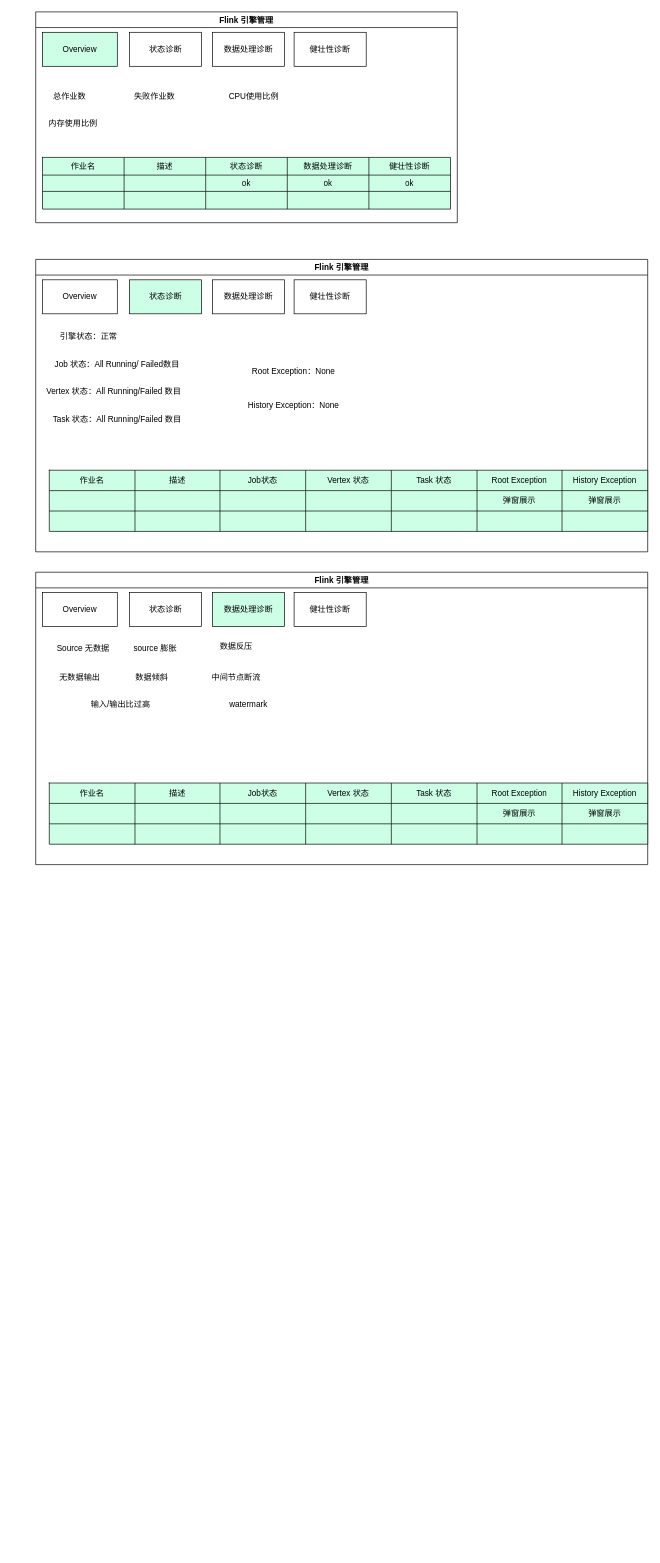
Above: Untitled Diagram.drawio in zjpnju/ddia (draw.io), before the change. Source tidied: cells renumbered, new cells numbered last; positions are measured from the earlier drawing's top-left corner, leaving out a move shared by most shapes. Both pictures are drawn from the tidied source at 68%, with x=0, y=0 at pixel (12, 12).
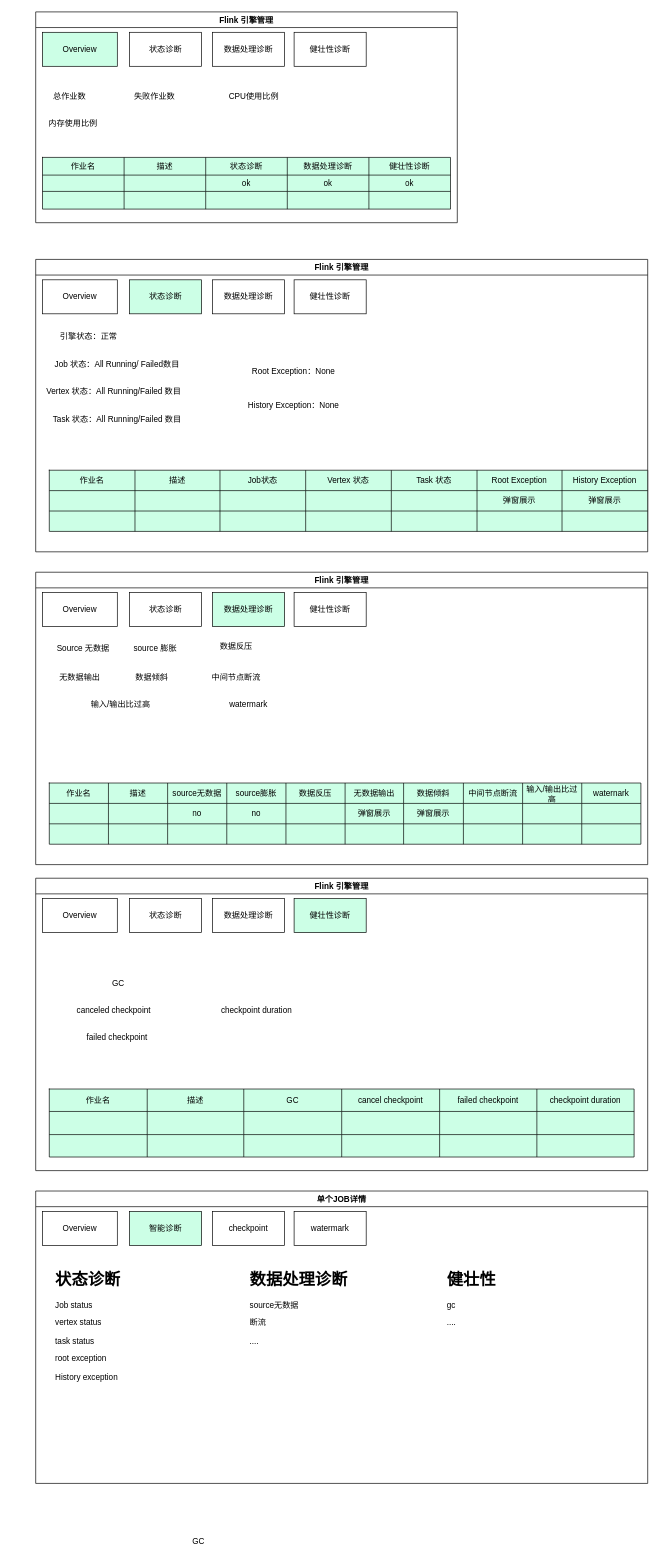
Above is the later version.

Unchanged cells that the change refers to:
```xml
<mxCell id="68" value="Flink 引擎管理" style="swimlane;" parent="1" vertex="1">
  <mxGeometry x="35" y="824" width="900" height="430" as="geometry" />
</mxCell>
```

The edit, as a diff of the source:
```diff
@@
     <mxCell id="76" style="shape=table;html=1;whiteSpace=wrap;startSize=0;childLayout=tableLayout;fillColor=#CCFFE6;" parent="68" vertex="1">
-      <mxGeometry x="20" y="310" width="880" height="90" as="geometry" />
+      <mxGeometry x="20" y="310" width="870" height="90" as="geometry" />
     </mxCell>
     <mxCell id="77" style="shape=tableRow;horizontal=0;startSize=0;swimlaneHead=0;swimlaneBody=0;top=0;left=0;bottom=0;right=0;fillColor=none;" parent="76" vertex="1">
-      <mxGeometry width="880" height="30" as="geometry" />
+      <mxGeometry width="870" height="30" as="geometry" />
     </mxCell>
     <mxCell id="78" value="作业名" style="shape=partialRectangle;html=1;whiteSpace=wrap;fillColor=none;top=0;left=0;bottom=0;right=0;overflow=hidden;" parent="77" vertex="1">
-      <mxGeometry width="126" height="30" as="geometry" />
+      <mxGeometry width="87" height="30" as="geometry" />
     </mxCell>
     <mxCell id="79" value="描述" style="shape=partialRectangle;html=1;whiteSpace=wrap;fillColor=none;top=0;left=0;bottom=0;right=0;overflow=hidden;" parent="77" vertex="1">
-      <mxGeometry x="126" width="125" height="30" as="geometry" />
+      <mxGeometry x="87" width="87" height="30" as="geometry" />
     </mxCell>
-    <mxCell id="80" value="Job状态" style="shape=partialRectangle;html=1;whiteSpace=wrap;fillColor=none;top=0;left=0;bottom=0;right=0;overflow=hidden;" parent="77" vertex="1">
-      <mxGeometry x="251" width="126" height="30" as="geometry" />
+    <mxCell id="80" value="source无数据" style="shape=partialRectangle;html=1;whiteSpace=wrap;fillColor=none;top=0;left=0;bottom=0;right=0;overflow=hidden;" parent="77" vertex="1">
+      <mxGeometry x="174" width="87" height="30" as="geometry" />
     </mxCell>
-    <mxCell id="81" value="Vertex 状态" style="shape=partialRectangle;html=1;whiteSpace=wrap;fillColor=none;top=0;left=0;bottom=0;right=0;overflow=hidden;" parent="77" vertex="1">
-      <mxGeometry x="377" width="126" height="30" as="geometry" />
+    <mxCell id="81" value="source膨胀" style="shape=partialRectangle;html=1;whiteSpace=wrap;fillColor=none;top=0;left=0;bottom=0;right=0;overflow=hidden;" parent="77" vertex="1">
+      <mxGeometry x="261" width="87" height="30" as="geometry" />
     </mxCell>
-    <mxCell id="82" value="Task 状态" style="shape=partialRectangle;html=1;whiteSpace=wrap;fillColor=none;top=0;left=0;bottom=0;right=0;overflow=hidden;" parent="77" vertex="1">
-      <mxGeometry x="503" width="126" height="30" as="geometry" />
+    <mxCell id="82" value="数据反压" style="shape=partialRectangle;html=1;whiteSpace=wrap;fillColor=none;top=0;left=0;bottom=0;right=0;overflow=hidden;" parent="77" vertex="1">
+      <mxGeometry x="348" width="87" height="30" as="geometry" />
     </mxCell>
-    <mxCell id="83" value="Root Exception" style="shape=partialRectangle;html=1;whiteSpace=wrap;fillColor=none;top=0;left=0;bottom=0;right=0;overflow=hidden;" parent="77" vertex="1">
-      <mxGeometry x="629" width="125" height="30" as="geometry" />
+    <mxCell id="83" value="无数据输出" style="shape=partialRectangle;html=1;whiteSpace=wrap;fillColor=none;top=0;left=0;bottom=0;right=0;overflow=hidden;" parent="77" vertex="1">
+      <mxGeometry x="435" width="86" height="30" as="geometry" />
     </mxCell>
-    <mxCell id="84" value="History Exception" style="shape=partialRectangle;html=1;whiteSpace=wrap;fillColor=none;top=0;left=0;bottom=0;right=0;overflow=hidden;" parent="77" vertex="1">
-      <mxGeometry x="754" width="126" height="30" as="geometry" />
+    <mxCell id="84" value="数据倾斜" style="shape=partialRectangle;html=1;whiteSpace=wrap;fillColor=none;top=0;left=0;bottom=0;right=0;overflow=hidden;" parent="77" vertex="1">
+      <mxGeometry x="521" width="88" height="30" as="geometry" />
     </mxCell>
+    <mxCell id="106" value="中间节点断流" style="shape=partialRectangle;html=1;whiteSpace=wrap;fillColor=none;top=0;left=0;bottom=0;right=0;overflow=hidden;" parent="77" vertex="1">
+      <mxGeometry x="609" width="87" height="30" as="geometry" />
+    </mxCell>
+    <mxCell id="107" value="输入/输出比过高" style="shape=partialRectangle;html=1;whiteSpace=wrap;fillColor=none;top=0;left=0;bottom=0;right=0;overflow=hidden;" parent="77" vertex="1">
+      <mxGeometry x="696" width="87" height="30" as="geometry" />
+    </mxCell>
+    <mxCell id="108" value="waternark" style="shape=partialRectangle;html=1;whiteSpace=wrap;fillColor=none;top=0;left=0;bottom=0;right=0;overflow=hidden;" parent="77" vertex="1">
+      <mxGeometry x="783" width="87" height="30" as="geometry" />
+    </mxCell>
     <mxCell id="85" style="shape=tableRow;horizontal=0;startSize=0;swimlaneHead=0;swimlaneBody=0;top=0;left=0;bottom=0;right=0;fillColor=none;" parent="76" vertex="1">
-      <mxGeometry y="30" width="880" height="30" as="geometry" />
+      <mxGeometry y="30" width="870" height="30" as="geometry" />
     </mxCell>
     <mxCell id="86" style="shape=partialRectangle;html=1;whiteSpace=wrap;fillColor=none;top=0;left=0;bottom=0;right=0;overflow=hidden;" parent="85" vertex="1">
-      <mxGeometry width="126" height="30" as="geometry" />
+      <mxGeometry width="87" height="30" as="geometry" />
     </mxCell>
     <mxCell id="87" style="shape=partialRectangle;html=1;whiteSpace=wrap;fillColor=none;top=0;left=0;bottom=0;right=0;overflow=hidden;" parent="85" vertex="1">
-      <mxGeometry x="126" width="125" height="30" as="geometry" />
+      <mxGeometry x="87" width="87" height="30" as="geometry" />
     </mxCell>
-    <mxCell id="88" style="shape=partialRectangle;html=1;whiteSpace=wrap;fillColor=none;top=0;left=0;bottom=0;right=0;overflow=hidden;" parent="85" vertex="1">
-      <mxGeometry x="251" width="126" height="30" as="geometry" />
+    <mxCell id="88" value="no" style="shape=partialRectangle;html=1;whiteSpace=wrap;fillColor=none;top=0;left=0;bottom=0;right=0;overflow=hidden;" parent="85" vertex="1">
+      <mxGeometry x="174" width="87" height="30" as="geometry" />
     </mxCell>
-    <mxCell id="89" style="shape=partialRectangle;html=1;whiteSpace=wrap;fillColor=none;top=0;left=0;bottom=0;right=0;overflow=hidden;" parent="85" vertex="1">
-      <mxGeometry x="377" width="126" height="30" as="geometry" />
+    <mxCell id="89" value="no" style="shape=partialRectangle;html=1;whiteSpace=wrap;fillColor=none;top=0;left=0;bottom=0;right=0;overflow=hidden;" parent="85" vertex="1">
+      <mxGeometry x="261" width="87" height="30" as="geometry" />
     </mxCell>
     <mxCell id="90" style="shape=partialRectangle;html=1;whiteSpace=wrap;fillColor=none;top=0;left=0;bottom=0;right=0;overflow=hidden;" parent="85" vertex="1">
-      <mxGeometry x="503" width="126" height="30" as="geometry" />
+      <mxGeometry x="348" width="87" height="30" as="geometry" />
     </mxCell>
     <mxCell id="91" value="弹窗展示" style="shape=partialRectangle;html=1;whiteSpace=wrap;fillColor=none;top=0;left=0;bottom=0;right=0;overflow=hidden;" parent="85" vertex="1">
-      <mxGeometry x="629" width="125" height="30" as="geometry" />
+      <mxGeometry x="435" width="86" height="30" as="geometry" />
     </mxCell>
     <mxCell id="92" value="弹窗展示" style="shape=partialRectangle;html=1;whiteSpace=wrap;fillColor=none;top=0;left=0;bottom=0;right=0;overflow=hidden;" parent="85" vertex="1">
-      <mxGeometry x="754" width="126" height="30" as="geometry" />
+      <mxGeometry x="521" width="88" height="30" as="geometry" />
     </mxCell>
+    <mxCell id="109" style="shape=partialRectangle;html=1;whiteSpace=wrap;fillColor=none;top=0;left=0;bottom=0;right=0;overflow=hidden;" parent="85" vertex="1">
+      <mxGeometry x="609" width="87" height="30" as="geometry" />
+    </mxCell>
+    <mxCell id="110" style="shape=partialRectangle;html=1;whiteSpace=wrap;fillColor=none;top=0;left=0;bottom=0;right=0;overflow=hidden;" parent="85" vertex="1">
+      <mxGeometry x="696" width="87" height="30" as="geometry" />
+    </mxCell>
+    <mxCell id="111" style="shape=partialRectangle;html=1;whiteSpace=wrap;fillColor=none;top=0;left=0;bottom=0;right=0;overflow=hidden;" parent="85" vertex="1">
+      <mxGeometry x="783" width="87" height="30" as="geometry" />
+    </mxCell>
     <mxCell id="93" style="shape=tableRow;horizontal=0;startSize=0;swimlaneHead=0;swimlaneBody=0;top=0;left=0;bottom=0;right=0;fillColor=none;" parent="76" vertex="1">
-      <mxGeometry y="60" width="880" height="30" as="geometry" />
+      <mxGeometry y="60" width="870" height="30" as="geometry" />
     </mxCell>
     <mxCell id="94" style="shape=partialRectangle;html=1;whiteSpace=wrap;fillColor=none;top=0;left=0;bottom=0;right=0;overflow=hidden;" parent="93" vertex="1">
-      <mxGeometry width="126" height="30" as="geometry" />
+      <mxGeometry width="87" height="30" as="geometry" />
     </mxCell>
     <mxCell id="95" style="shape=partialRectangle;html=1;whiteSpace=wrap;fillColor=none;top=0;left=0;bottom=0;right=0;overflow=hidden;" parent="93" vertex="1">
-      <mxGeometry x="126" width="125" height="30" as="geometry" />
+      <mxGeometry x="87" width="87" height="30" as="geometry" />
     </mxCell>
     <mxCell id="96" style="shape=partialRectangle;html=1;whiteSpace=wrap;fillColor=none;top=0;left=0;bottom=0;right=0;overflow=hidden;" parent="93" vertex="1">
-      <mxGeometry x="251" width="126" height="30" as="geometry" />
+      <mxGeometry x="174" width="87" height="30" as="geometry" />
     </mxCell>
     <mxCell id="97" style="shape=partialRectangle;html=1;whiteSpace=wrap;fillColor=none;top=0;left=0;bottom=0;right=0;overflow=hidden;" parent="93" vertex="1">
-      <mxGeometry x="377" width="126" height="30" as="geometry" />
+      <mxGeometry x="261" width="87" height="30" as="geometry" />
     </mxCell>
     <mxCell id="98" style="shape=partialRectangle;html=1;whiteSpace=wrap;fillColor=none;top=0;left=0;bottom=0;right=0;overflow=hidden;" parent="93" vertex="1">
-      <mxGeometry x="503" width="126" height="30" as="geometry" />
+      <mxGeometry x="348" width="87" height="30" as="geometry" />
     </mxCell>
     <mxCell id="99" style="shape=partialRectangle;html=1;whiteSpace=wrap;fillColor=none;top=0;left=0;bottom=0;right=0;overflow=hidden;" parent="93" vertex="1">
-      <mxGeometry x="629" width="125" height="30" as="geometry" />
+      <mxGeometry x="435" width="86" height="30" as="geometry" />
     </mxCell>
     <mxCell id="100" style="shape=partialRectangle;html=1;whiteSpace=wrap;fillColor=none;top=0;left=0;bottom=0;right=0;overflow=hidden;" parent="93" vertex="1">
-      <mxGeometry x="754" width="126" height="30" as="geometry" />
+      <mxGeometry x="521" width="88" height="30" as="geometry" />
     </mxCell>
+    <mxCell id="112" style="shape=partialRectangle;html=1;whiteSpace=wrap;fillColor=none;top=0;left=0;bottom=0;right=0;overflow=hidden;" parent="93" vertex="1">
+      <mxGeometry x="609" width="87" height="30" as="geometry" />
+    </mxCell>
+    <mxCell id="113" style="shape=partialRectangle;html=1;whiteSpace=wrap;fillColor=none;top=0;left=0;bottom=0;right=0;overflow=hidden;" parent="93" vertex="1">
+      <mxGeometry x="696" width="87" height="30" as="geometry" />
+    </mxCell>
+    <mxCell id="114" style="shape=partialRectangle;html=1;whiteSpace=wrap;fillColor=none;top=0;left=0;bottom=0;right=0;overflow=hidden;" parent="93" vertex="1">
+      <mxGeometry x="783" width="87" height="30" as="geometry" />
+    </mxCell>
@@
+    <mxCell id="115" value="Flink 引擎管理" style="swimlane;" parent="1" vertex="1">
+      <mxGeometry x="35" y="1274" width="900" height="430" as="geometry" />
+    </mxCell>
+    <mxCell id="116" value="Overview" style="rounded=0;whiteSpace=wrap;html=1;fillColor=#FFFFFF;" parent="115" vertex="1">
+      <mxGeometry x="10" y="30" width="110" height="50" as="geometry" />
+    </mxCell>
+    <mxCell id="117" value="状态诊断" style="rounded=0;whiteSpace=wrap;html=1;fillColor=#FFFFFF;" parent="115" vertex="1">
+      <mxGeometry x="138" y="30" width="106" height="50" as="geometry" />
+    </mxCell>
+    <mxCell id="118" value="数据处理诊断" style="rounded=0;whiteSpace=wrap;html=1;" parent="115" vertex="1">
+      <mxGeometry x="260" y="30" width="106" height="50" as="geometry" />
+    </mxCell>
+    <mxCell id="119" value="健壮性诊断" style="rounded=0;whiteSpace=wrap;html=1;fillColor=#CCFFE6;" parent="115" vertex="1">
+      <mxGeometry x="380" y="30" width="106" height="50" as="geometry" />
+    </mxCell>
+    <mxCell id="120" value="&amp;nbsp;GC" style="text;html=1;strokeColor=none;fillColor=none;align=center;verticalAlign=middle;whiteSpace=wrap;rounded=0;" parent="115" vertex="1">
+      <mxGeometry x="20" y="140" width="200" height="30" as="geometry" />
+    </mxCell>
+    <mxCell id="121" value="canceled checkpoint" style="text;html=1;strokeColor=none;fillColor=none;align=center;verticalAlign=middle;whiteSpace=wrap;rounded=0;" parent="115" vertex="1">
+      <mxGeometry x="10" y="180" width="210" height="30" as="geometry" />
+    </mxCell>
+    <mxCell id="122" style="shape=table;html=1;whiteSpace=wrap;startSize=0;childLayout=tableLayout;fillColor=#CCFFE6;" parent="115" vertex="1">
+      <mxGeometry x="20" y="310" width="860" height="100" as="geometry" />
+    </mxCell>
+    <mxCell id="123" style="shape=tableRow;horizontal=0;startSize=0;swimlaneHead=0;swimlaneBody=0;top=0;left=0;bottom=0;right=0;fillColor=none;" parent="122" vertex="1">
+      <mxGeometry width="860" height="33" as="geometry" />
+    </mxCell>
+    <mxCell id="124" value="作业名" style="shape=partialRectangle;html=1;whiteSpace=wrap;fillColor=none;top=0;left=0;bottom=0;right=0;overflow=hidden;" parent="123" vertex="1">
+      <mxGeometry width="144" height="33" as="geometry" />
+    </mxCell>
+    <mxCell id="125" value="描述" style="shape=partialRectangle;html=1;whiteSpace=wrap;fillColor=none;top=0;left=0;bottom=0;right=0;overflow=hidden;" parent="123" vertex="1">
+      <mxGeometry x="144" width="142" height="33" as="geometry" />
+    </mxCell>
+    <mxCell id="126" value="GC" style="shape=partialRectangle;html=1;whiteSpace=wrap;fillColor=none;top=0;left=0;bottom=0;right=0;overflow=hidden;" parent="123" vertex="1">
+      <mxGeometry x="286" width="144" height="33" as="geometry" />
+    </mxCell>
+    <mxCell id="127" value="cancel checkpoint" style="shape=partialRectangle;html=1;whiteSpace=wrap;fillColor=none;top=0;left=0;bottom=0;right=0;overflow=hidden;" parent="123" vertex="1">
+      <mxGeometry x="430" width="144" height="33" as="geometry" />
+    </mxCell>
+    <mxCell id="128" value="failed checkpoint" style="shape=partialRectangle;html=1;whiteSpace=wrap;fillColor=none;top=0;left=0;bottom=0;right=0;overflow=hidden;" parent="123" vertex="1">
+      <mxGeometry x="574" width="143" height="33" as="geometry" />
+    </mxCell>
+    <mxCell id="129" value="checkpoint duration" style="shape=partialRectangle;html=1;whiteSpace=wrap;fillColor=none;top=0;left=0;bottom=0;right=0;overflow=hidden;" parent="123" vertex="1">
+      <mxGeometry x="717" width="143" height="33" as="geometry" />
+    </mxCell>
+    <mxCell id="130" style="shape=tableRow;horizontal=0;startSize=0;swimlaneHead=0;swimlaneBody=0;top=0;left=0;bottom=0;right=0;fillColor=none;" parent="122" vertex="1">
+      <mxGeometry y="33" width="860" height="34" as="geometry" />
+    </mxCell>
+    <mxCell id="131" style="shape=partialRectangle;html=1;whiteSpace=wrap;fillColor=none;top=0;left=0;bottom=0;right=0;overflow=hidden;" parent="130" vertex="1">
+      <mxGeometry width="144" height="34" as="geometry" />
+    </mxCell>
+    <mxCell id="132" style="shape=partialRectangle;html=1;whiteSpace=wrap;fillColor=none;top=0;left=0;bottom=0;right=0;overflow=hidden;" parent="130" vertex="1">
+      <mxGeometry x="144" width="142" height="34" as="geometry" />
+    </mxCell>
+    <mxCell id="133" style="shape=partialRectangle;html=1;whiteSpace=wrap;fillColor=none;top=0;left=0;bottom=0;right=0;overflow=hidden;" parent="130" vertex="1">
+      <mxGeometry x="286" width="144" height="34" as="geometry" />
+    </mxCell>
+    <mxCell id="134" style="shape=partialRectangle;html=1;whiteSpace=wrap;fillColor=none;top=0;left=0;bottom=0;right=0;overflow=hidden;" parent="130" vertex="1">
+      <mxGeometry x="430" width="144" height="34" as="geometry" />
+    </mxCell>
+    <mxCell id="135" style="shape=partialRectangle;html=1;whiteSpace=wrap;fillColor=none;top=0;left=0;bottom=0;right=0;overflow=hidden;" parent="130" vertex="1">
+      <mxGeometry x="574" width="143" height="34" as="geometry" />
+    </mxCell>
+    <mxCell id="136" style="shape=partialRectangle;html=1;whiteSpace=wrap;fillColor=none;top=0;left=0;bottom=0;right=0;overflow=hidden;" parent="130" vertex="1">
+      <mxGeometry x="717" width="143" height="34" as="geometry" />
+    </mxCell>
+    <mxCell id="137" style="shape=tableRow;horizontal=0;startSize=0;swimlaneHead=0;swimlaneBody=0;top=0;left=0;bottom=0;right=0;fillColor=none;" parent="122" vertex="1">
+      <mxGeometry y="67" width="860" height="33" as="geometry" />
+    </mxCell>
+    <mxCell id="138" style="shape=partialRectangle;html=1;whiteSpace=wrap;fillColor=none;top=0;left=0;bottom=0;right=0;overflow=hidden;" parent="137" vertex="1">
+      <mxGeometry width="144" height="33" as="geometry" />
+    </mxCell>
+    <mxCell id="139" style="shape=partialRectangle;html=1;whiteSpace=wrap;fillColor=none;top=0;left=0;bottom=0;right=0;overflow=hidden;" parent="137" vertex="1">
+      <mxGeometry x="144" width="142" height="33" as="geometry" />
+    </mxCell>
+    <mxCell id="140" style="shape=partialRectangle;html=1;whiteSpace=wrap;fillColor=none;top=0;left=0;bottom=0;right=0;overflow=hidden;" parent="137" vertex="1">
+      <mxGeometry x="286" width="144" height="33" as="geometry" />
+    </mxCell>
+    <mxCell id="141" style="shape=partialRectangle;html=1;whiteSpace=wrap;fillColor=none;top=0;left=0;bottom=0;right=0;overflow=hidden;" parent="137" vertex="1">
+      <mxGeometry x="430" width="144" height="33" as="geometry" />
+    </mxCell>
+    <mxCell id="142" style="shape=partialRectangle;html=1;whiteSpace=wrap;fillColor=none;top=0;left=0;bottom=0;right=0;overflow=hidden;" parent="137" vertex="1">
+      <mxGeometry x="574" width="143" height="33" as="geometry" />
+    </mxCell>
+    <mxCell id="143" style="shape=partialRectangle;html=1;whiteSpace=wrap;fillColor=none;top=0;left=0;bottom=0;right=0;overflow=hidden;" parent="137" vertex="1">
+      <mxGeometry x="717" width="143" height="33" as="geometry" />
+    </mxCell>
+    <mxCell id="144" value="failed checkpoint" style="text;html=1;strokeColor=none;fillColor=none;align=center;verticalAlign=middle;whiteSpace=wrap;rounded=0;" parent="115" vertex="1">
+      <mxGeometry x="15" y="220" width="210" height="30" as="geometry" />
+    </mxCell>
+    <mxCell id="145" value="checkpoint duration" style="text;html=1;strokeColor=none;fillColor=none;align=center;verticalAlign=middle;whiteSpace=wrap;rounded=0;" parent="115" vertex="1">
+      <mxGeometry x="220" y="180" width="210" height="30" as="geometry" />
+    </mxCell>
+    <mxCell id="146" value="单个JOB详情" style="swimlane;" parent="1" vertex="1">
+      <mxGeometry x="35" y="1734" width="900" height="430" as="geometry" />
+    </mxCell>
+    <mxCell id="147" value="Overview" style="rounded=0;whiteSpace=wrap;html=1;fillColor=#FFFFFF;" parent="146" vertex="1">
+      <mxGeometry x="10" y="30" width="110" height="50" as="geometry" />
+    </mxCell>
+    <mxCell id="148" value="智能诊断" style="rounded=0;whiteSpace=wrap;html=1;fillColor=#CCFFE6;" parent="146" vertex="1">
+      <mxGeometry x="138" y="30" width="106" height="50" as="geometry" />
+    </mxCell>
+    <mxCell id="149" value="checkpoint" style="rounded=0;whiteSpace=wrap;html=1;" parent="146" vertex="1">
+      <mxGeometry x="260" y="30" width="106" height="50" as="geometry" />
+    </mxCell>
+    <mxCell id="150" value="watermark" style="rounded=0;whiteSpace=wrap;html=1;fillColor=#FFFFFF;" parent="146" vertex="1">
+      <mxGeometry x="380" y="30" width="106" height="50" as="geometry" />
+    </mxCell>
+    <mxCell id="151" value="&lt;h1&gt;状态诊断&lt;/h1&gt;&lt;p&gt;Job status&lt;/p&gt;&lt;p&gt;vertex status&lt;/p&gt;&lt;p&gt;task status&lt;/p&gt;&lt;p&gt;root exception&lt;/p&gt;&lt;p&gt;History exception&lt;/p&gt;" style="text;html=1;strokeColor=none;fillColor=none;spacing=5;spacingTop=-20;whiteSpace=wrap;overflow=hidden;rounded=0;" parent="146" vertex="1">
+      <mxGeometry x="24" y="110" width="186" height="190" as="geometry" />
+    </mxCell>
+    <mxCell id="152" value="&lt;h1&gt;数据处理诊断&lt;/h1&gt;&lt;p&gt;source无数据&lt;/p&gt;&lt;p&gt;断流&lt;/p&gt;&lt;p&gt;....&lt;/p&gt;" style="text;html=1;strokeColor=none;fillColor=none;spacing=5;spacingTop=-20;whiteSpace=wrap;overflow=hidden;rounded=0;" parent="146" vertex="1">
+      <mxGeometry x="310" y="110" width="190" height="120" as="geometry" />
+    </mxCell>
+    <mxCell id="153" value="&lt;h1&gt;健壮性&lt;/h1&gt;&lt;p&gt;gc&lt;/p&gt;&lt;p&gt;....&lt;/p&gt;" style="text;html=1;strokeColor=none;fillColor=none;spacing=5;spacingTop=-20;whiteSpace=wrap;overflow=hidden;rounded=0;" parent="146" vertex="1">
+      <mxGeometry x="600" y="110" width="190" height="120" as="geometry" />
+    </mxCell>
+    <mxCell id="154" value="&amp;nbsp;GC" style="text;html=1;strokeColor=none;fillColor=none;align=center;verticalAlign=middle;whiteSpace=wrap;rounded=0;" parent="1" vertex="1">
+      <mxGeometry x="173" y="2234" width="200" height="30" as="geometry" />
+    </mxCell>
```
